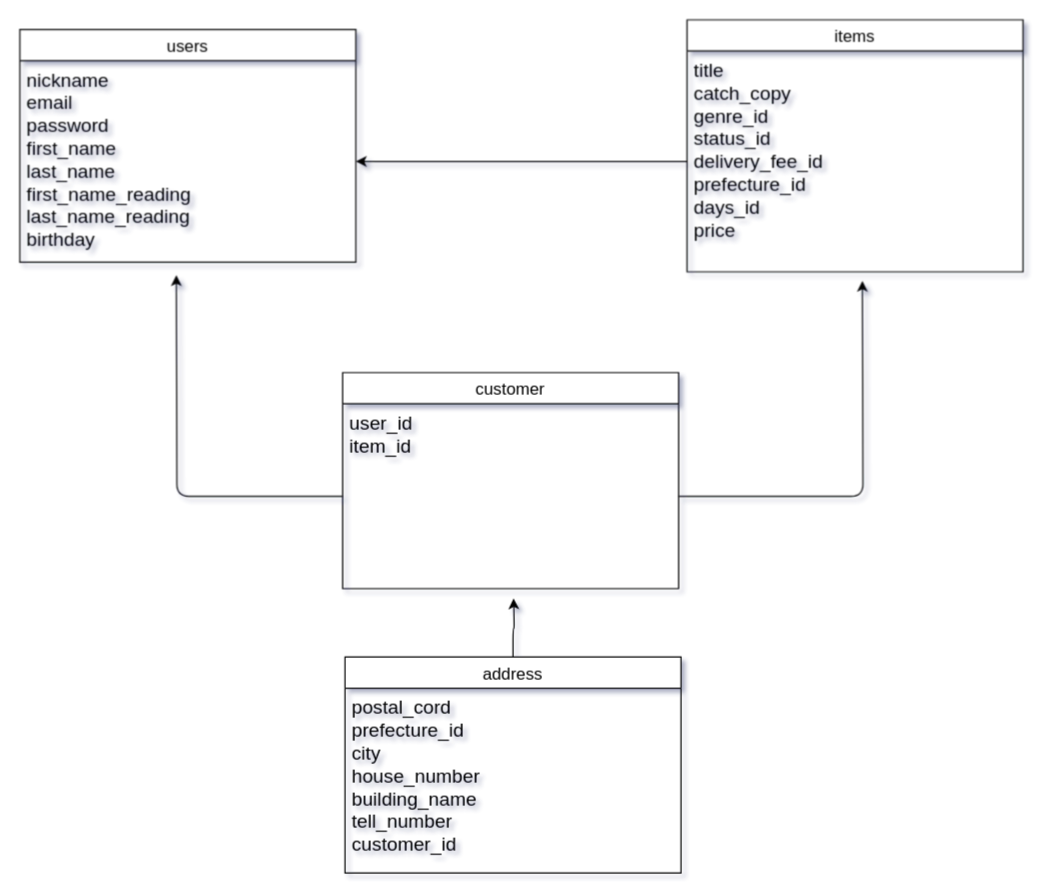
Above: furima.dio in 556-mizusawa/furima-30466 (draw.io), before the change. Source tidied: cells renumbered, new cells numbered last; positions are measured from the earlier drawing's top-left corner, leaving out a move shared by most shapes. Both pictures are drawn from the tidied source at 120%, with x=0, y=0 at pixel (19, 19).
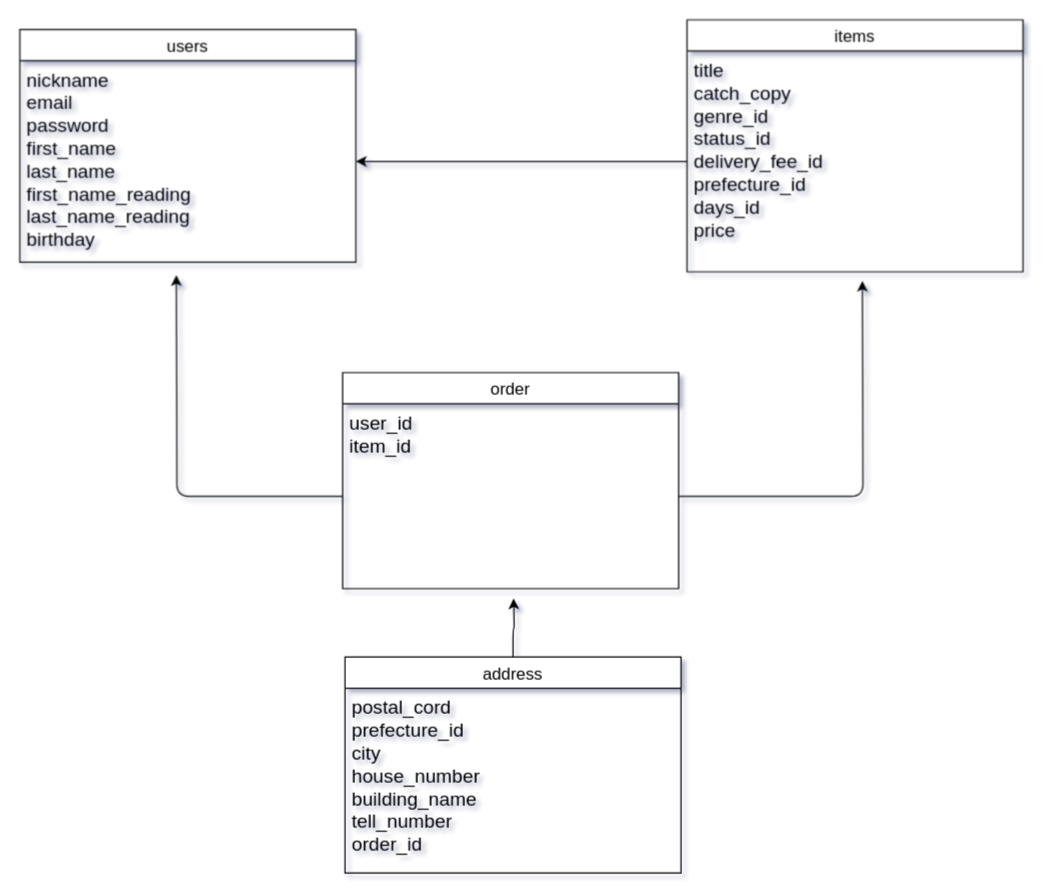
After the change.

Commit message (it also covers changes not shown here):
マイグレーションファイル設定、README、ER図名称変更

What changed in the source:
```diff
@@
 <mxGraphModel shadow="1">
   <root>
     <mxCell id="0" />
     <mxCell id="1" parent="0" />
     <mxCell id="2" style="edgeStyle=orthogonalEdgeStyle;curved=0;rounded=1;sketch=0;jettySize=auto;html=1;exitX=0;exitY=0.5;exitDx=0;exitDy=0;entryX=1;entryY=0.5;entryDx=0;entryDy=0;" parent="1" edge="1" source="6" target="4">
       <mxGeometry relative="1" as="geometry" />
     </mxCell>
     <mxCell id="3" value="users" style="swimlane;fontStyle=0;horizontal=1;startSize=26;align=center;fontSize=14;" parent="1" vertex="1">
       <mxGeometry y="8" width="280" height="194" as="geometry" />
     </mxCell>
     <mxCell id="4" value="nickname&#10;email&#10;password&#10;first_name&#10;last_name&#10;first_name_reading&#10;last_name_reading&#10;birthday" style="text;spacingLeft=4;spacingRight=4;overflow=hidden;points=[[0,0.5],[1,0.5]];portConstraint=eastwest;fontSize=16;" parent="3" vertex="1">
       <mxGeometry y="26" width="280" height="168" as="geometry" />
     </mxCell>
     <mxCell id="5" value="items" style="swimlane;fontStyle=0;horizontal=1;startSize=26;align=center;fontSize=14;" parent="1" vertex="1">
       <mxGeometry x="556" width="280" height="210" as="geometry" />
     </mxCell>
     <mxCell id="6" value="title&#10;catch_copy&#10;genre_id&#10;status_id&#10;delivery_fee_id&#10;prefecture_id&#10;days_id&#10;price" style="text;spacingLeft=4;spacingRight=4;overflow=hidden;points=[[0,0.5],[1,0.5]];portConstraint=eastwest;fontSize=16;" parent="5" vertex="1">
       <mxGeometry y="26" width="280" height="184" as="geometry" />
     </mxCell>
     <mxCell id="7" style="edgeStyle=orthogonalEdgeStyle;curved=0;rounded=1;sketch=0;jettySize=auto;html=1;exitX=0.5;exitY=0;exitDx=0;exitDy=0;" parent="1" edge="1" source="8">
       <mxGeometry relative="1" as="geometry">
         <mxPoint x="411.5" y="482.2" as="targetPoint" />
       </mxGeometry>
     </mxCell>
     <mxCell id="8" value="address" style="swimlane;fontStyle=0;horizontal=1;startSize=26;align=center;fontSize=14;" parent="1" vertex="1">
       <mxGeometry x="271" y="531" width="280" height="180" as="geometry" />
     </mxCell>
-    <mxCell id="9" value="postal_cord&#10;prefecture_id&#10;city&#10;house_number&#10;building_name&#10;tell_number&#10;customer_id&#10;" style="text;spacingLeft=4;spacingRight=4;overflow=hidden;fontSize=16;" parent="8" vertex="1">
+    <mxCell id="9" value="postal_cord&#10;prefecture_id&#10;city&#10;house_number&#10;building_name&#10;tell_number&#10;order_id&#10;" style="text;spacingLeft=4;spacingRight=4;overflow=hidden;fontSize=16;" parent="8" vertex="1">
       <mxGeometry y="26" width="280" height="154" as="geometry" />
     </mxCell>
-    <mxCell id="10" value="customer" style="swimlane;fontStyle=0;horizontal=1;startSize=26;align=center;fontSize=14;" parent="1" vertex="1">
+    <mxCell id="10" value="order" style="swimlane;fontStyle=0;horizontal=1;startSize=26;align=center;fontSize=14;" parent="1" vertex="1">
       <mxGeometry x="269" y="294" width="280" height="180" as="geometry" />
     </mxCell>
     <mxCell id="11" value="user_id&#10;item_id" style="text;spacingLeft=4;spacingRight=4;overflow=hidden;points=[[0,0.5],[1,0.5]];portConstraint=eastwest;fontSize=16;" parent="10" vertex="1">
       <mxGeometry y="26" width="280" height="154" as="geometry" />
     </mxCell>
     <mxCell id="12" style="edgeStyle=orthogonalEdgeStyle;curved=0;rounded=1;sketch=0;jettySize=auto;html=1;exitX=1;exitY=0.5;exitDx=0;exitDy=0;" parent="1" edge="1" source="11">
       <mxGeometry relative="1" as="geometry">
         <mxPoint x="702.1" y="217.5" as="targetPoint" />
       </mxGeometry>
     </mxCell>
     <mxCell id="13" style="edgeStyle=orthogonalEdgeStyle;curved=0;rounded=1;sketch=0;jettySize=auto;html=1;exitX=0;exitY=0.5;exitDx=0;exitDy=0;" parent="1" edge="1" source="11">
       <mxGeometry relative="1" as="geometry">
         <mxPoint x="130.4" y="212.8" as="targetPoint" />
       </mxGeometry>
     </mxCell>
   </root>
 </mxGraphModel>
```
